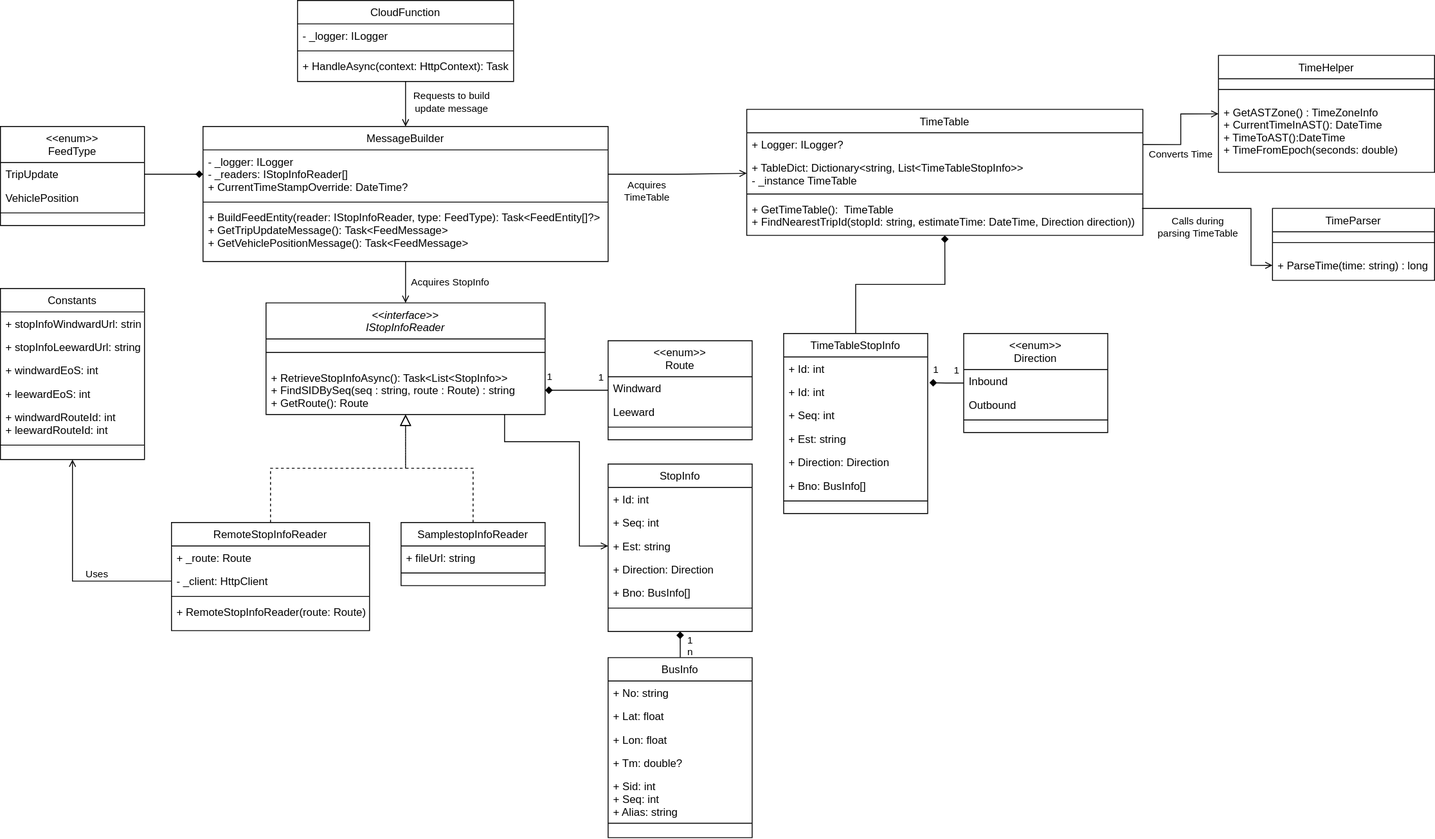
Earlier version of the draw.io export Design Doc/class_diagram.svg (eexe1/GTFS-EBus-SVG). Source tidied: cells renumbered, new cells last; positions are measured from the earlier drawing's top-left corner, leaving out a move shared by most shapes.
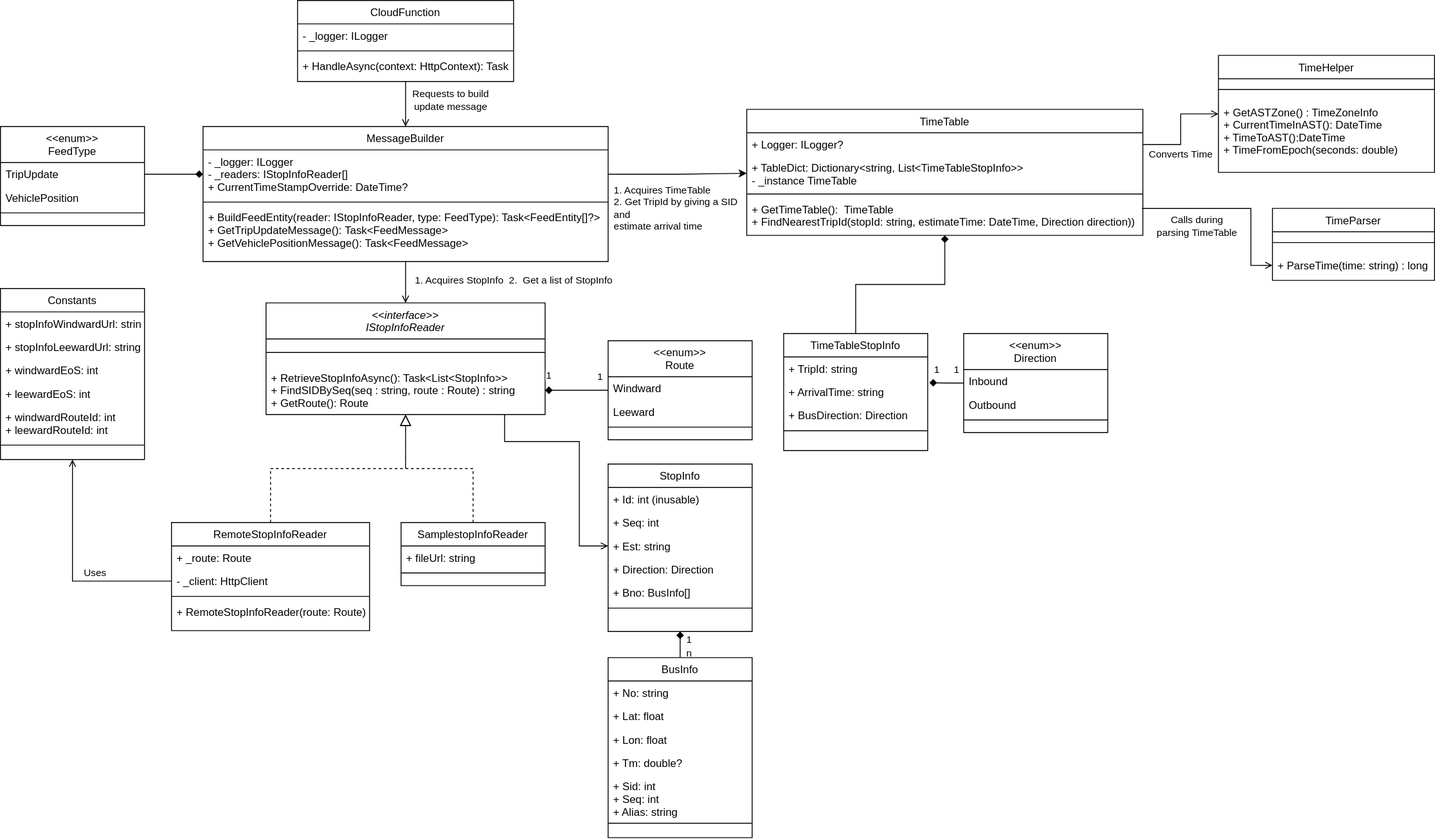
Later version of the same file.

Change to the diagram source:
```diff
@@ -44,7 +44,7 @@
     <mxCell id="15" value="StopInfo" style="swimlane;fontStyle=0;align=center;verticalAlign=top;horizontal=1;startSize=26;rounded=0;shadow=0;strokeWidth=1;" parent="1" vertex="1">
       <mxGeometry x="675" y="515" width="160" height="186" as="geometry" />
     </mxCell>
-    <mxCell id="16" value="+ Id: int" style="text;align=left;verticalAlign=top;spacingLeft=4;spacingRight=4;overflow=hidden;" parent="15" vertex="1">
+    <mxCell id="16" value="+ Id: int (inusable)" style="text;align=left;verticalAlign=top;spacingLeft=4;spacingRight=4;overflow=hidden;" parent="15" vertex="1">
       <mxGeometry y="26" width="160" height="26" as="geometry" />
     </mxCell>
     <mxCell id="17" value="+ Seq: int" style="text;align=left;verticalAlign=top;spacingLeft=4;spacingRight=4;overflow=hidden;rounded=0;shadow=0;html=0;" parent="15" vertex="1">
@@ -155,28 +155,19 @@
       <mxGeometry relative="1" as="geometry" />
     </mxCell>
     <mxCell id="47" value="TimeTableStopInfo" style="swimlane;fontStyle=0;align=center;verticalAlign=top;horizontal=1;startSize=26;rounded=0;shadow=0;strokeWidth=1;" parent="1" vertex="1">
-      <mxGeometry x="870" y="370" width="160" height="200" as="geometry" />
+      <mxGeometry x="870" y="370" width="160" height="130" as="geometry" />
     </mxCell>
-    <mxCell id="48" value="+ Id: int" style="text;align=left;verticalAlign=top;spacingLeft=4;spacingRight=4;overflow=hidden;" parent="47" vertex="1">
+    <mxCell id="48" value="+ TripId: string" style="text;align=left;verticalAlign=top;spacingLeft=4;spacingRight=4;overflow=hidden;" parent="47" vertex="1">
       <mxGeometry y="26" width="160" height="26" as="geometry" />
     </mxCell>
-    <mxCell id="49" value="+ Id: int" style="text;align=left;verticalAlign=top;spacingLeft=4;spacingRight=4;overflow=hidden;points=[[0,0.5],[1,0.5]];portConstraint=eastwest;" parent="47" vertex="1">
+    <mxCell id="49" value="+ ArrivalTime: string" style="text;align=left;verticalAlign=top;spacingLeft=4;spacingRight=4;overflow=hidden;points=[[0,0.5],[1,0.5]];portConstraint=eastwest;" parent="47" vertex="1">
       <mxGeometry y="52" width="160" height="26" as="geometry" />
     </mxCell>
-    <mxCell id="50" value="+ Seq: int" style="text;align=left;verticalAlign=top;spacingLeft=4;spacingRight=4;overflow=hidden;rounded=0;shadow=0;html=0;" parent="47" vertex="1">
+    <mxCell id="50" value="+ BusDirection: Direction" style="text;align=left;verticalAlign=top;spacingLeft=4;spacingRight=4;overflow=hidden;rounded=0;shadow=0;html=0;" parent="47" vertex="1">
       <mxGeometry y="78" width="160" height="26" as="geometry" />
     </mxCell>
-    <mxCell id="51" value="+ Est: string" style="text;align=left;verticalAlign=top;spacingLeft=4;spacingRight=4;overflow=hidden;rounded=0;shadow=0;html=0;" parent="47" vertex="1">
-      <mxGeometry y="104" width="160" height="26" as="geometry" />
-    </mxCell>
-    <mxCell id="52" value="+ Direction: Direction" style="text;align=left;verticalAlign=top;spacingLeft=4;spacingRight=4;overflow=hidden;rounded=0;shadow=0;html=0;" parent="47" vertex="1">
-      <mxGeometry y="130" width="160" height="26" as="geometry" />
-    </mxCell>
-    <mxCell id="53" value="+ Bno: BusInfo[]" style="text;align=left;verticalAlign=top;spacingLeft=4;spacingRight=4;overflow=hidden;rounded=0;shadow=0;html=0;" parent="47" vertex="1">
-      <mxGeometry y="156" width="160" height="26" as="geometry" />
-    </mxCell>
     <mxCell id="54" style="line;html=1;strokeWidth=1;align=left;verticalAlign=middle;spacingTop=-1;spacingLeft=3;spacingRight=3;labelPosition=right;" parent="47" vertex="1">
-      <mxGeometry y="182" width="160" height="8" as="geometry" />
+      <mxGeometry y="104" width="160" height="8" as="geometry" />
     </mxCell>
     <mxCell id="55" value="1" style="edgeStyle=orthogonalEdgeStyle;rounded=0;jettySize=auto;html=1;fontSize=11;endArrow=diamond;endFill=1;strokeWidth=1;entryX=1.012;entryY=0.101;entryDx=0;entryDy=0;entryPerimeter=0;" parent="1" edge="1" source="57" target="49">
       <mxGeometry x="0.58" y="-15" relative="1" as="geometry" />
@@ -248,9 +239,9 @@
     <mxCell id="74" style="edgeStyle=orthogonalEdgeStyle;rounded=0;jettySize=auto;html=1;exitX=0.5;exitY=1;exitDx=0;exitDy=0;entryX=0.5;entryY=0;entryDx=0;entryDy=0;fontSize=11;startArrow=none;startFill=0;endArrow=open;endFill=0;strokeWidth=1;" parent="1" edge="1" source="76" target="2">
       <mxGeometry relative="1" as="geometry" />
     </mxCell>
-    <mxCell id="75" value="Acquires StopInfo&amp;nbsp;" style="edgeLabel;html=1;align=center;verticalAlign=middle;fontSize=11;" parent="74" vertex="1">
+    <mxCell id="75" value="1. Acquires StopInfo&amp;nbsp; 2.&amp;nbsp; Get a list of StopInfo" style="edgeLabel;html=1;align=center;verticalAlign=middle;fontSize=11;" parent="74" vertex="1">
       <mxGeometry x="-0.13" y="1" relative="1" as="geometry">
-        <mxPoint x="49" y="2" as="offset" />
+        <mxPoint x="119" y="1" as="offset" />
       </mxGeometry>
     </mxCell>
     <mxCell id="76" value="MessageBuilder" style="swimlane;fontStyle=0;align=center;verticalAlign=top;horizontal=1;startSize=26;rounded=0;shadow=0;strokeWidth=1;" parent="1" vertex="1">
@@ -318,13 +309,13 @@
         </Array>
       </mxGeometry>
     </mxCell>
-    <mxCell id="95" style="edgeStyle=orthogonalEdgeStyle;rounded=0;jettySize=auto;html=1;fontSize=11;startArrow=none;startFill=0;endArrow=open;endFill=0;strokeWidth=1;entryX=0;entryY=0.5;entryDx=0;entryDy=0;" parent="1" edge="1" source="77" target="43">
+    <mxCell id="95" style="edgeStyle=orthogonalEdgeStyle;rounded=0;jettySize=auto;html=1;exitX=1;exitY=0.5;exitDx=0;exitDy=0;entryX=0;entryY=0.5;entryDx=0;entryDy=0;" parent="1" edge="1" source="77" target="43">
       <mxGeometry relative="1" as="geometry" />
     </mxCell>
-    <mxCell id="96" value="Acquires &lt;br&gt;TimeTable" style="edgeLabel;html=1;align=center;verticalAlign=middle;fontSize=11;" parent="95" vertex="1">
-      <mxGeometry x="0.22" relative="1" as="geometry">
-        <mxPoint x="-51" y="19" as="offset" />
-      </mxGeometry>
-    </mxCell>
+    <mxCell id="97" value="&lt;div style=&quot;text-align: left;&quot;&gt;1. Acquires TimeTable&lt;/div&gt;&lt;div style=&quot;text-align: left;&quot;&gt;2. Get TripId by giving a SID&lt;/div&gt;&lt;div style=&quot;text-align: left;&quot;&gt;and&lt;/div&gt;&lt;div style=&quot;text-align: left;&quot;&gt;estimate arrival time&amp;nbsp;&lt;/div&gt;" style="edgeLabel;html=1;align=center;verticalAlign=middle;" parent="95" vertex="1">
+      <mxGeometry x="-0.27" y="1" relative="1" as="geometry">
+        <mxPoint x="18" y="39" as="offset" />
+      </mxGeometry>
+    </mxCell>
   </root>
 </mxGraphModel>
```
